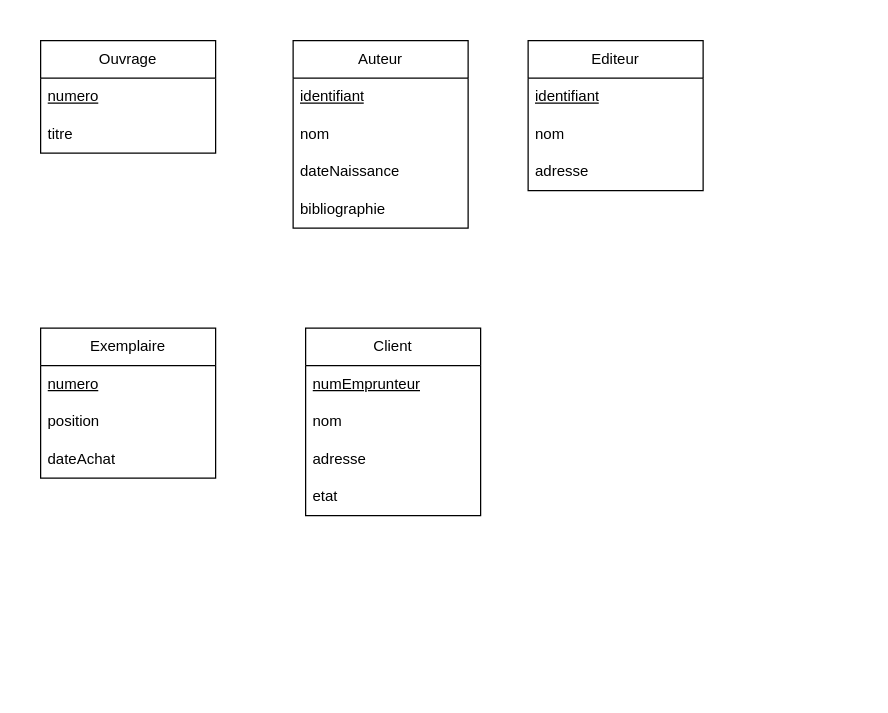
Above: TD1 MERISE (LP ISIR) 2.drawio in black-purple/diagrams (draw.io), before the change. Source tidied: cells renumbered, new cells numbered last; positions are measured from the earlier drawing's top-left corner, leaving out a move shared by most shapes. Both pictures are drawn from the tidied source at 125%, with x=0, y=0 at pixel (40, 40).
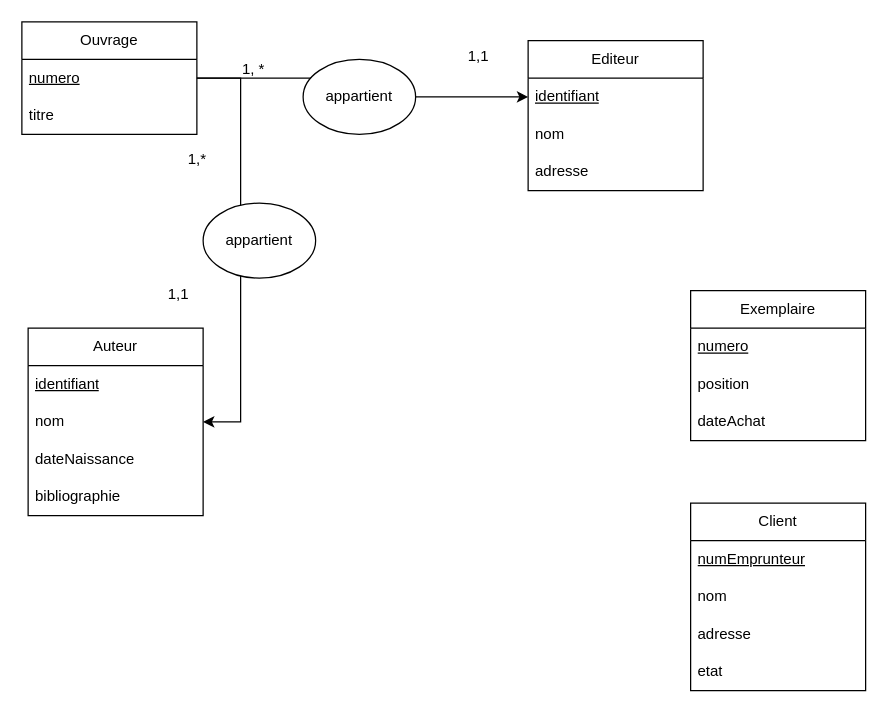
After the change.

Unchanged cells that the change refers to:
```xml
<mxCell id="3" value="&lt;u&gt;numero&lt;/u&gt;" style="text;strokeColor=none;fillColor=none;align=left;verticalAlign=middle;spacingLeft=4;spacingRight=4;overflow=hidden;points=[[0,0.5],[1,0.5]];portConstraint=eastwest;whiteSpace=wrap;html=1;" parent="2" vertex="1">
  <mxGeometry y="30" width="140" height="30" as="geometry" />
</mxCell>
<mxCell id="11" value="&lt;u&gt;identifiant&lt;/u&gt;" style="text;strokeColor=none;fillColor=none;align=left;verticalAlign=middle;spacingLeft=4;spacingRight=4;overflow=hidden;points=[[0,0.5],[1,0.5]];portConstraint=eastwest;whiteSpace=wrap;html=1;" parent="10" vertex="1">
  <mxGeometry y="30" width="140" height="30" as="geometry" />
</mxCell>
```

The edit, as a diff of the source:
```diff
@@
+    <mxCell id="23" style="edgeStyle=entityRelationEdgeStyle;rounded=0;jettySize=auto;html=1;" parent="1" edge="1" source="2" target="5">
+      <mxGeometry relative="1" as="geometry">
+        <Array as="points">
+          <mxPoint x="130" y="180" />
+          <mxPoint x="60" y="180" />
+        </Array>
+      </mxGeometry>
+    </mxCell>
     <mxCell id="2" value="Ouvrage" style="swimlane;fontStyle=0;horizontal=1;startSize=30;whiteSpace=wrap;html=1;" parent="1" vertex="1">
-      <mxGeometry width="140" height="90" as="geometry" />
+      <mxGeometry x="-15" y="-15" width="140" height="90" as="geometry" />
     </mxCell>
@@
     <mxCell id="5" value="Auteur" style="swimlane;fontStyle=0;horizontal=1;startSize=30;whiteSpace=wrap;html=1;" parent="1" vertex="1">
-      <mxGeometry x="202" width="140" height="150" as="geometry" />
+      <mxGeometry x="-10" y="230" width="140" height="150" as="geometry" />
     </mxCell>
@@
     <mxCell id="14" value="Exemplaire" style="swimlane;fontStyle=0;horizontal=1;startSize=30;whiteSpace=wrap;html=1;" parent="1" vertex="1">
-      <mxGeometry y="230" width="140" height="120" as="geometry" />
+      <mxGeometry x="520" y="200" width="140" height="120" as="geometry" />
     </mxCell>
@@
     <mxCell id="18" value="Client" style="swimlane;fontStyle=0;horizontal=1;startSize=30;whiteSpace=wrap;html=1;" parent="1" vertex="1">
-      <mxGeometry x="212" y="230" width="140" height="150" as="geometry" />
+      <mxGeometry x="520" y="370" width="140" height="150" as="geometry" />
     </mxCell>
@@
+    <mxCell id="24" value="appartient" style="ellipse;whiteSpace=wrap;html=1;" parent="1" vertex="1">
+      <mxGeometry x="130" y="130" width="90" height="60" as="geometry" />
+    </mxCell>
+    <mxCell id="25" style="edgeStyle=orthogonalEdgeStyle;rounded=0;jettySize=auto;html=1;entryX=0;entryY=0.5;entryDx=0;entryDy=0;" parent="1" edge="1" source="3" target="11">
+      <mxGeometry relative="1" as="geometry" />
+    </mxCell>
+    <mxCell id="26" value="appartient" style="ellipse;whiteSpace=wrap;html=1;" parent="1" vertex="1">
+      <mxGeometry x="210" y="15" width="90" height="60" as="geometry" />
+    </mxCell>
+    <mxCell id="27" value="1,1" style="text;html=1;align=center;verticalAlign=middle;strokeColor=none;fillColor=none;" parent="1" vertex="1">
+      <mxGeometry x="330" y="-2" width="40" height="30" as="geometry" />
+    </mxCell>
+    <mxCell id="28" value="1, *" style="text;html=1;align=center;verticalAlign=middle;strokeColor=none;fillColor=none;" parent="1" vertex="1">
+      <mxGeometry x="150" y="8" width="40" height="30" as="geometry" />
+    </mxCell>
+    <mxCell id="29" value="1,*" style="text;html=1;align=center;verticalAlign=middle;strokeColor=none;fillColor=none;" parent="1" vertex="1">
+      <mxGeometry x="105" y="80" width="40" height="30" as="geometry" />
+    </mxCell>
+    <mxCell id="30" value="1,1" style="text;html=1;align=center;verticalAlign=middle;strokeColor=none;fillColor=none;" parent="1" vertex="1">
+      <mxGeometry x="90" y="188" width="40" height="30" as="geometry" />
+    </mxCell>
```
